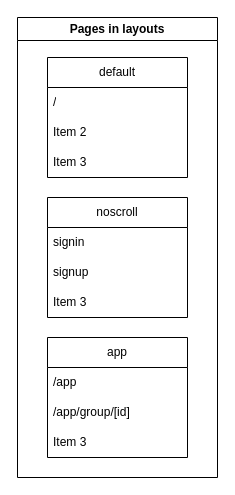
This is page "Pages" (3 of 5) of PMCloud.drawio from ClementGre/PMCloud, a draw.io file, before an edit. Source tidied: cells renumbered, new cells numbered last; positions are measured from the earlier drawing's top-left corner, leaving out a move shared by most shapes. Both pictures are drawn from the tidied source at 100%, with x=0, y=0 at pixel (17, 17).
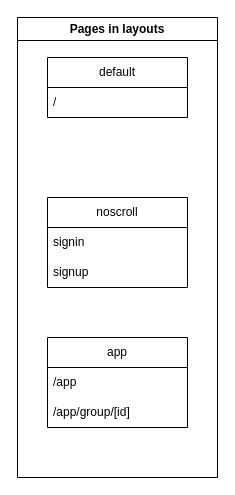
The same diagram, later.

Change to the diagram source:
```diff
@@
 <mxGraphModel>
   <root>
     <mxCell id="0" />
     <mxCell id="1" parent="0" />
     <mxCell id="2" value="Pages in layouts" style="swimlane;whiteSpace=wrap;html=1;" parent="1" vertex="1">
       <mxGeometry width="200" height="460" as="geometry" />
     </mxCell>
     <mxCell id="3" value="default" style="swimlane;fontStyle=0;horizontal=1;startSize=30;whiteSpace=wrap;html=1;" parent="2" vertex="1">
-      <mxGeometry x="30" y="40" width="140" height="120" as="geometry" />
+      <mxGeometry x="30" y="40" width="140" height="60" as="geometry" />
     </mxCell>
     <mxCell id="4" value="/" style="text;strokeColor=none;fillColor=none;align=left;verticalAlign=middle;spacingLeft=4;spacingRight=4;overflow=hidden;whiteSpace=wrap;html=1;" parent="3" vertex="1">
       <mxGeometry y="30" width="140" height="30" as="geometry" />
     </mxCell>
-    <mxCell id="5" value="Item 2" style="text;strokeColor=none;fillColor=none;align=left;verticalAlign=middle;spacingLeft=4;spacingRight=4;overflow=hidden;whiteSpace=wrap;html=1;" parent="3" vertex="1">
-      <mxGeometry y="60" width="140" height="30" as="geometry" />
-    </mxCell>
-    <mxCell id="6" value="Item 3" style="text;strokeColor=none;fillColor=none;align=left;verticalAlign=middle;spacingLeft=4;spacingRight=4;overflow=hidden;whiteSpace=wrap;html=1;" parent="3" vertex="1">
-      <mxGeometry y="90" width="140" height="30" as="geometry" />
-    </mxCell>
     <mxCell id="7" value="noscroll" style="swimlane;fontStyle=0;horizontal=1;startSize=30;whiteSpace=wrap;html=1;" parent="2" vertex="1">
-      <mxGeometry x="30" y="180" width="140" height="120" as="geometry" />
+      <mxGeometry x="30" y="180" width="140" height="90" as="geometry" />
     </mxCell>
     <mxCell id="8" value="signin" style="text;strokeColor=none;fillColor=none;align=left;verticalAlign=middle;spacingLeft=4;spacingRight=4;overflow=hidden;whiteSpace=wrap;html=1;" parent="7" vertex="1">
       <mxGeometry y="30" width="140" height="30" as="geometry" />
     </mxCell>
     <mxCell id="9" value="signup" style="text;strokeColor=none;fillColor=none;align=left;verticalAlign=middle;spacingLeft=4;spacingRight=4;overflow=hidden;whiteSpace=wrap;html=1;" parent="7" vertex="1">
       <mxGeometry y="60" width="140" height="30" as="geometry" />
     </mxCell>
-    <mxCell id="10" value="Item 3" style="text;strokeColor=none;fillColor=none;align=left;verticalAlign=middle;spacingLeft=4;spacingRight=4;overflow=hidden;whiteSpace=wrap;html=1;" parent="7" vertex="1">
-      <mxGeometry y="90" width="140" height="30" as="geometry" />
-    </mxCell>
     <mxCell id="11" value="app" style="swimlane;fontStyle=0;horizontal=1;startSize=30;whiteSpace=wrap;html=1;" parent="2" vertex="1">
-      <mxGeometry x="30" y="320" width="140" height="120" as="geometry" />
+      <mxGeometry x="30" y="320" width="140" height="90" as="geometry" />
     </mxCell>
     <mxCell id="12" value="/app" style="text;strokeColor=none;fillColor=none;align=left;verticalAlign=middle;spacingLeft=4;spacingRight=4;overflow=hidden;whiteSpace=wrap;html=1;" parent="11" vertex="1">
       <mxGeometry y="30" width="140" height="30" as="geometry" />
     </mxCell>
     <mxCell id="13" value="/app/group/[id]" style="text;strokeColor=none;fillColor=none;align=left;verticalAlign=middle;spacingLeft=4;spacingRight=4;overflow=hidden;whiteSpace=wrap;html=1;" parent="11" vertex="1">
       <mxGeometry y="60" width="140" height="30" as="geometry" />
     </mxCell>
-    <mxCell id="14" value="Item 3" style="text;strokeColor=none;fillColor=none;align=left;verticalAlign=middle;spacingLeft=4;spacingRight=4;overflow=hidden;whiteSpace=wrap;html=1;" parent="11" vertex="1">
-      <mxGeometry y="90" width="140" height="30" as="geometry" />
-    </mxCell>
   </root>
 </mxGraphModel>
```
